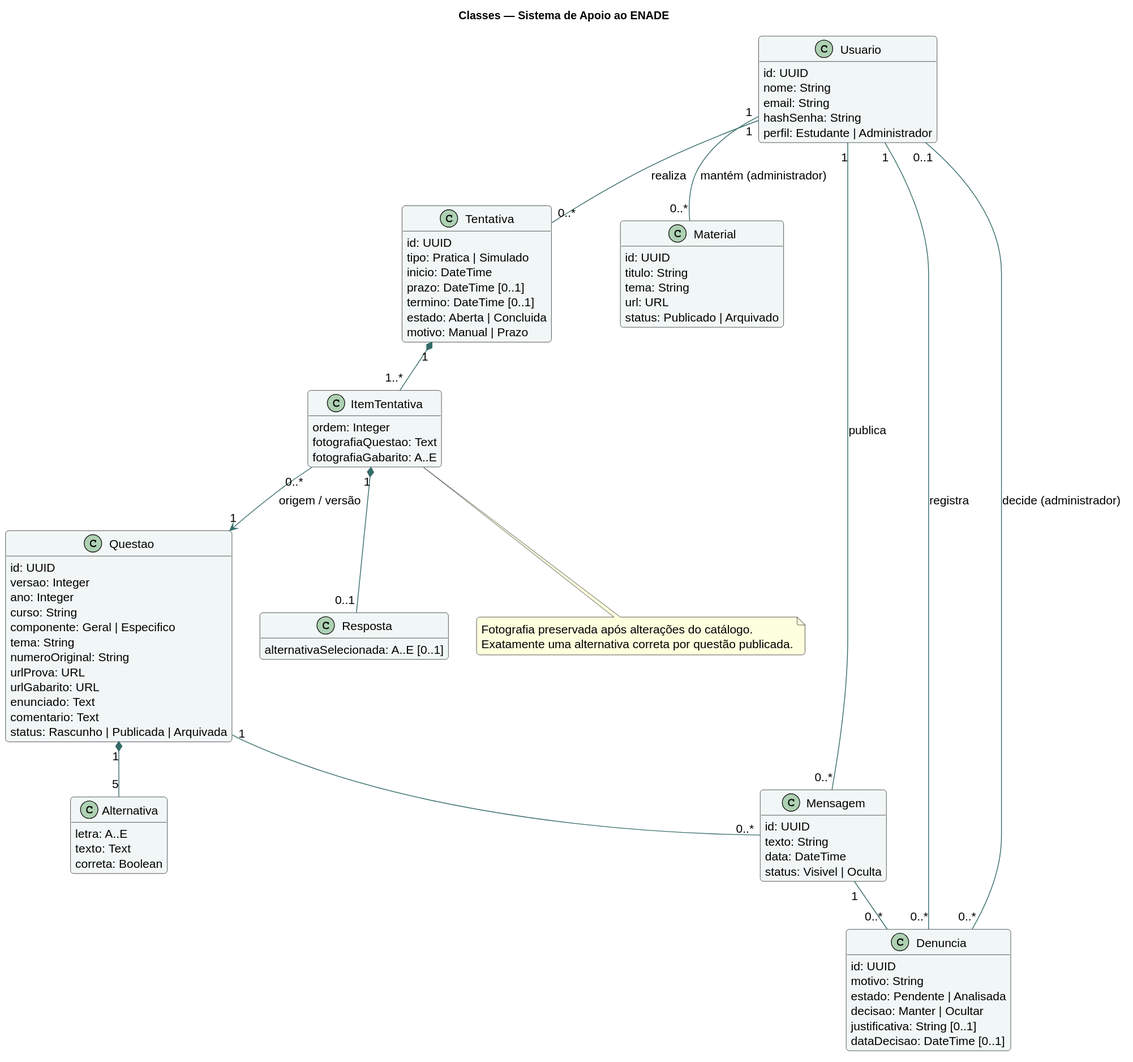
Before: Requisitos/Artefatos/SistemaApoioENADE/UML/Classes.svg, a diagram exported from PlantUML (SamirMaia91/requisitos-20262--grupo2).
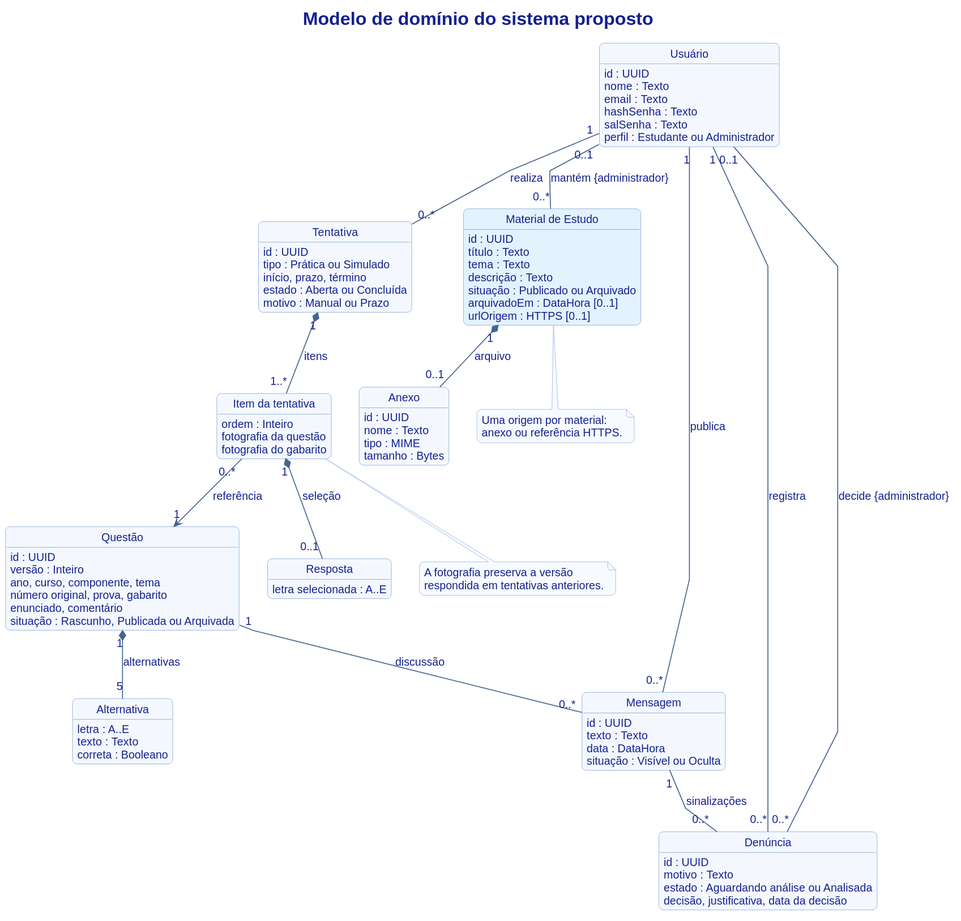
Later version of the same file.

What changed in the source:
```diff
@@ -1,95 +1,131 @@
 @startuml
 skinparam backgroundColor #FFFFFF
-skinparam defaultFontName SansSerif
-skinparam defaultFontSize 15
+skinparam defaultFontName Arial
+skinparam defaultFontSize 14
+skinparam defaultFontColor #132190
+skinparam titleFontColor #132190
+skinparam titleFontSize 23
 skinparam shadowing false
-skinparam ArrowColor #346B68
-skinparam componentStyle uml2
-skinparam roundcorner 8
-skinparam classBackgroundColor #F1F7F6
-skinparam usecaseBackgroundColor #F1F7F6
-skinparam componentBackgroundColor #F1F7F6
-skinparam nodeBackgroundColor #F1F7F6
+skinparam ArrowColor #46658F
+skinparam ArrowThickness 1.2
+skinparam roundcorner 12
+skinparam BorderColor #87A8DE
+skinparam actorBorderColor #132190
+skinparam actorFontColor #132190
+skinparam actorBackgroundColor #E4F2FE
+skinparam packageBorderColor #87A8DE
+skinparam packageBackgroundColor #F7FAFF
+skinparam rectangleBorderColor #87A8DE
+skinparam rectangleBackgroundColor #FFFFFF
+skinparam usecaseBorderColor #7096D6
+skinparam usecaseBackgroundColor #E4F2FE
+skinparam classBackgroundColor #F4F8FE
+skinparam classBorderColor #7096D6
+skinparam componentBackgroundColor #E4F2FE
+skinparam componentBorderColor #7096D6
+skinparam nodeBackgroundColor #F4F8FE
+skinparam nodeBorderColor #7096D6
+skinparam databaseBackgroundColor #E4F2FE
+skinparam databaseBorderColor #7096D6
+skinparam noteBackgroundColor #F7FAFF
+skinparam noteBorderColor #87A8DE
+skinparam sequenceGroupBorderColor #87A8DE
+skinparam sequenceGroupBackgroundColor #E4F2FE
+skinparam sequenceLifeLineBorderColor #87A8DE
+skinparam sequenceParticipantBorderColor #7096D6
+skinparam sequenceParticipantBackgroundColor #E4F2FE
 skinparam sequenceMessageAlign center
-title Classes — Sistema de Apoio ao ENADE
+skinparam activityBackgroundColor #E4F2FE
+skinparam activityBorderColor #7096D6
+skinparam activityDiamondBackgroundColor #F4F8FE
+skinparam activityDiamondBorderColor #7096D6
+skinparam activityStartColor #004AF7
+skinparam activityEndColor #132190
+title Modelo de domínio do sistema proposto
 hide methods
-class Usuario {
- id: UUID
- nome: String
- email: String
- hashSenha: String
- perfil: Estudante | Administrador
+hide circle
+skinparam linetype polyline
+class "Usuário" as Usuario {
+ id : UUID
+ nome : Texto
+ email : Texto
+ hashSenha : Texto
+ salSenha : Texto
+ perfil : Estudante ou Administrador
 }
-class Questao {
- id: UUID
- versao: Integer
- ano: Integer
- curso: String
- componente: Geral | Especifico
- tema: String
- numeroOriginal: String
- urlProva: URL
- urlGabarito: URL
- enunciado: Text
- comentario: Text
- status: Rascunho | Publicada | Arquivada
+class "Questão" as Questao {
+ id : UUID
+ versão : Inteiro
+ ano, curso, componente, tema
+ número original, prova, gabarito
+ enunciado, comentário
+ situação : Rascunho, Publicada ou Arquivada
 }
-class Alternativa {
- letra: A..E
- texto: Text
- correta: Boolean
+class "Alternativa" as Alt {
+ letra : A..E
+ texto : Texto
+ correta : Booleano
 }
-class Tentativa {
- id: UUID
- tipo: Pratica | Simulado
- inicio: DateTime
- prazo: DateTime [0..1]
- termino: DateTime [0..1]
- estado: Aberta | Concluida
- motivo: Manual | Prazo
+class "Tentativa" as Tentativa {
+ id : UUID
+ tipo : Prática ou Simulado
+ início, prazo, término
+ estado : Aberta ou Concluída
+ motivo : Manual ou Prazo
 }
-class ItemTentativa {
- ordem: Integer
- fotografiaQuestao: Text
- fotografiaGabarito: A..E
+class "Item da tentativa" as Item {
+ ordem : Inteiro
+ fotografia da questão
+ fotografia do gabarito
 }
-class Resposta {
- alternativaSelecionada: A..E [0..1]
+class "Resposta" as Resposta {
+ letra selecionada : A..E
 }
-class Material {
- id: UUID
- titulo: String
- tema: String
- url: URL
- status: Publicado | Arquivado
+class "Material de Estudo" as Material #E4F2FE {
+ id : UUID
+ título : Texto
+ tema : Texto
+ descrição : Texto
+ situação : Publicado ou Arquivado
+ arquivadoEm : DataHora [0..1]
+ urlOrigem : HTTPS [0..1]
 }
-class Mensagem {
- id: UUID
- texto: String
- data: DateTime
- status: Visivel | Oculta
+class "Anexo" as Anexo {
+ id : UUID
+ nome : Texto
+ tipo : MIME
+ tamanho : Bytes
 }
-class Denuncia {
- id: UUID
- motivo: String
- estado: Pendente | Analisada
- decisao: Manter | Ocultar
- justificativa: String [0..1]
- dataDecisao: DateTime [0..1]
+class "Mensagem" as Msg {
+ id : UUID
+ texto : Texto
+ data : DataHora
+ situação : Visível ou Oculta
+}
+class "Denúncia" as Den {
+ id : UUID
+ motivo : Texto
+ estado : Aguardando análise ou Analisada
+ decisão, justificativa, data da decisão
 }
 Usuario "1" -- "0..*" Tentativa : realiza
-Questao "1" *-- "5" Alternativa
-Tentativa "1" *-- "1..*" ItemTentativa
-ItemTentativa "0..*" --> "1" Questao : origem / versão
-ItemTentativa "1" *-- "0..1" Resposta
-Usuario "1" -- "0..*" Mensagem : publica
-Questao "1" -- "0..*" Mensagem
-Mensagem "1" -- "0..*" Denuncia
-Usuario "1" -- "0..*" Denuncia : registra
-Usuario "0..1" -- "0..*" Denuncia : decide (administrador)
-Usuario "1" -- "0..*" Material : mantém (administrador)
-note bottom of ItemTentativa
-Fotografia preservada após alterações do catálogo.
-Exatamente uma alternativa correta por questão publicada.
+Usuario "1" -- "0..*" Msg : publica
+Usuario "1" -- "0..*" Den : registra
+Usuario "0..1" -- "0..*" Den : decide {administrador}
+Usuario "0..1" -- "0..*" Material : mantém {administrador}
+Material "1" *-- "0..1" Anexo : arquivo
+Questao "1" *-- "5" Alt : alternativas
+Questao "1" -- "0..*" Msg : discussão
+Msg "1" -- "0..*" Den : sinalizações
+Tentativa "1" *-- "1..*" Item : itens
+Item "0..*" --> "1" Questao : referência
+Item "1" *-- "0..1" Resposta : seleção
+note bottom of Material
+Uma origem por material:
+anexo ou referência HTTPS.
+end note
+note bottom of Item
+A fotografia preserva a versão
+respondida em tentativas anteriores.
 end note
 @enduml
```
